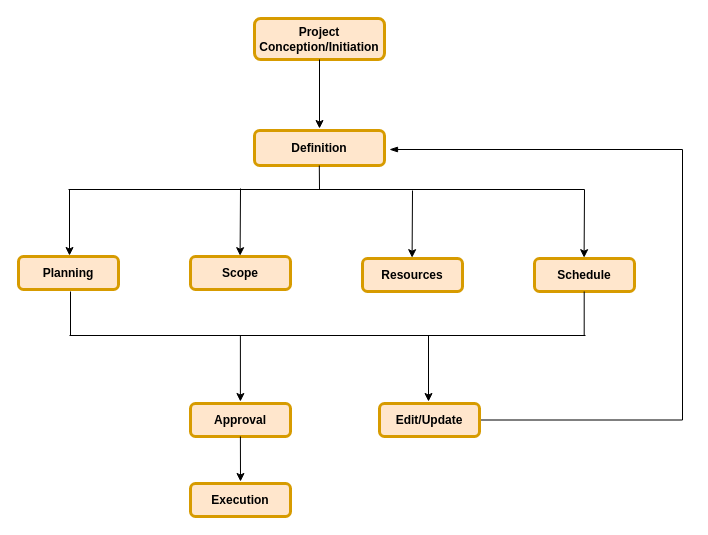
Above: Untitled Diagram.drawio in prasannachandar/tsp (draw.io), before the change. Source tidied: cells renumbered, new cells numbered last; positions are measured from the earlier drawing's top-left corner, leaving out a move shared by most shapes. Both pictures are drawn from the tidied source at 100%, with x=0, y=0 at pixel (18, 18).
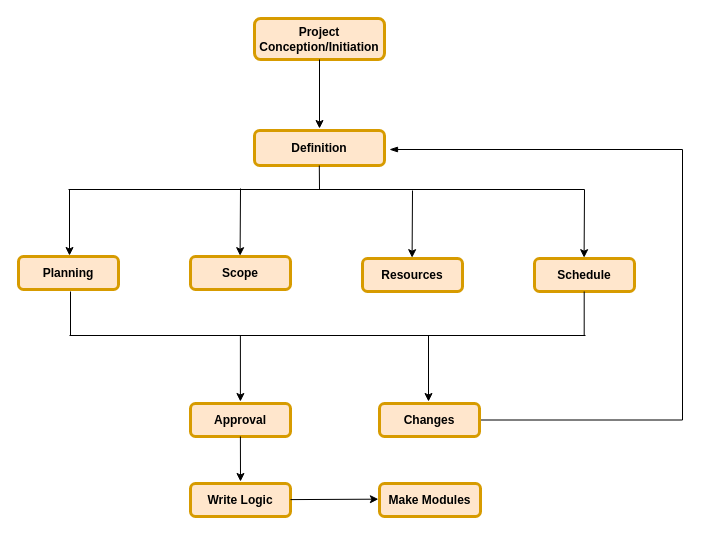
The same diagram, later.

Diff of the diagram source:
```diff
@@
-    <mxCell id="22" value="Edit/Update" style="whiteSpace=wrap;align=center;verticalAlign=middle;fontStyle=1;strokeWidth=3;fillColor=#ffe6cc;strokeColor=#d79b00;shadow=0;sketch=0;rounded=1;" parent="1" vertex="1">
+    <mxCell id="22" value="Changes" style="whiteSpace=wrap;align=center;verticalAlign=middle;fontStyle=1;strokeWidth=3;fillColor=#ffe6cc;strokeColor=#d79b00;shadow=0;sketch=0;rounded=1;" parent="1" vertex="1">
       <mxGeometry x="361" y="385" width="100" height="33" as="geometry" />
     </mxCell>
@@
-    <mxCell id="24" value="Execution" style="whiteSpace=wrap;align=center;verticalAlign=middle;fontStyle=1;strokeWidth=3;fillColor=#ffe6cc;strokeColor=#d79b00;shadow=0;sketch=0;rounded=1;" parent="1" vertex="1">
+    <mxCell id="24" value="Write Logic" style="whiteSpace=wrap;align=center;verticalAlign=middle;fontStyle=1;strokeWidth=3;fillColor=#ffe6cc;strokeColor=#d79b00;shadow=0;sketch=0;rounded=1;" parent="1" vertex="1">
       <mxGeometry x="172" y="465" width="100" height="33" as="geometry" />
     </mxCell>
+    <mxCell id="25" style="endArrow=classic;html=1;entryX=-0.011;entryY=0.475;entryDx=0;entryDy=0;entryPerimeter=0;" parent="1" edge="1" target="26">
+      <mxGeometry relative="1" as="geometry">
+        <mxPoint x="272" y="481.1" as="sourcePoint" />
+      </mxGeometry>
+    </mxCell>
+    <mxCell id="26" value="Make Modules" style="whiteSpace=wrap;align=center;verticalAlign=middle;fontStyle=1;strokeWidth=3;fillColor=#ffe6cc;strokeColor=#d79b00;shadow=0;sketch=0;rounded=1;" parent="1" vertex="1">
+      <mxGeometry x="361" y="465" width="101" height="33" as="geometry" />
+    </mxCell>
```
